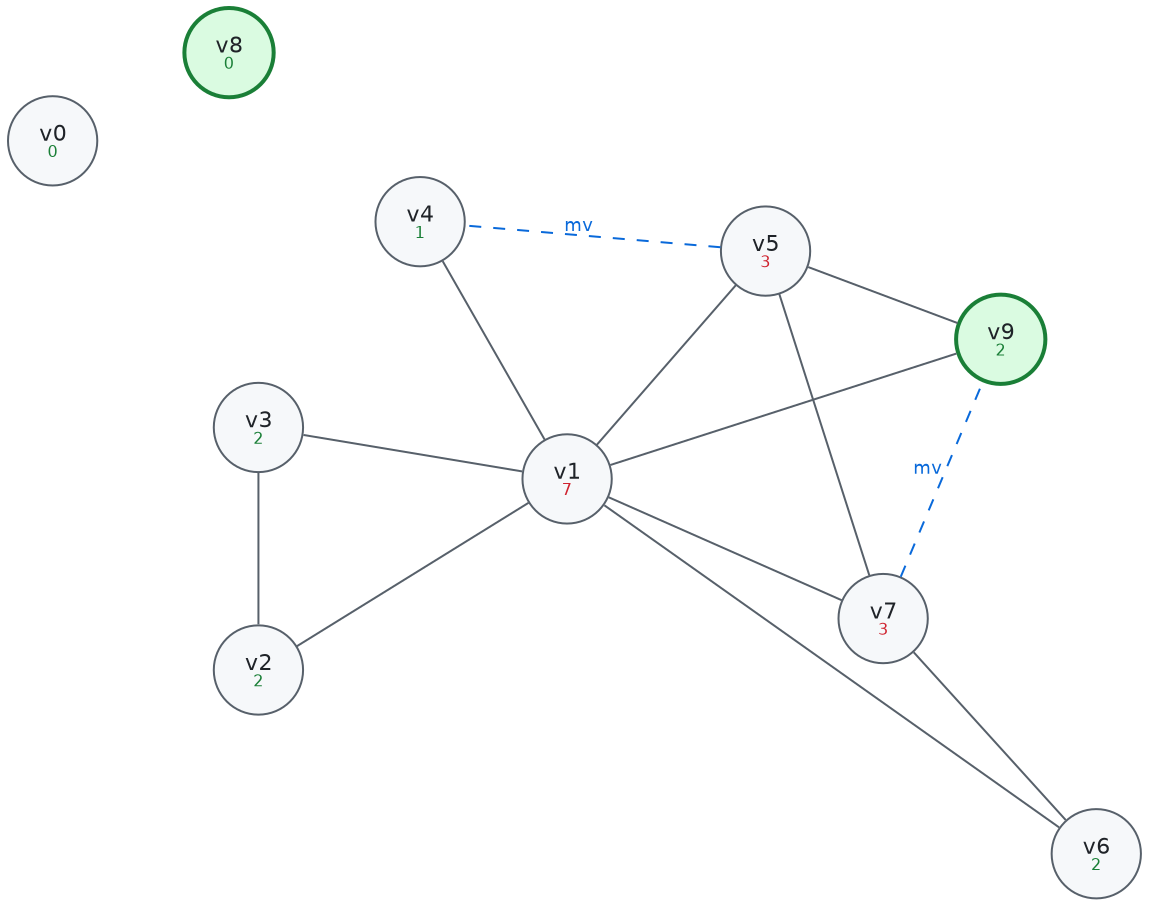
Earlier version of the Graphviz export Sable/compiler/doc/figures/wt-7-round2.png (aita/CompLab). Its source is kept beside it as Sable/compiler/doc/figures/wt-7-round2.dot. Its diagram source:
```dot
graph wt2 {
  layout = neato;
  overlap = false;
  splines = true;
  bgcolor = "transparent";
  node [shape = circle, style = filled, fillcolor = "#f6f8fa",
        color = "#57606a", fontcolor = "#1f2328",
        fontname = "Helvetica", fontsize = 11, width = 0.62, fixedsize = true];
  edge [color = "#57606a", dir = none, fontname = "Helvetica", fontsize = 9];
  v1 [label = <v1<BR/><FONT POINT-SIZE="8" COLOR="#cf222e">7</FONT>>, fillcolor = "#f6f8fa", color = "#57606a" pos = "0,0!"];
  v2 [label = <v2<BR/><FONT POINT-SIZE="8" COLOR="#1a7f37">2</FONT>>, fillcolor = "#f6f8fa", color = "#57606a" pos = "-2.1,-1.3!"];
  v3 [label = <v3<BR/><FONT POINT-SIZE="8" COLOR="#1a7f37">2</FONT>>, fillcolor = "#f6f8fa", color = "#57606a" pos = "-2.1,0.35!"];
  v4 [label = <v4<BR/><FONT POINT-SIZE="8" COLOR="#1a7f37">1</FONT>>, fillcolor = "#f6f8fa", color = "#57606a" pos = "-1,1.75!"];
  v5 [label = <v5<BR/><FONT POINT-SIZE="8" COLOR="#cf222e">3</FONT>>, fillcolor = "#f6f8fa", color = "#57606a" pos = "1.35,1.55!"];
  v9 [label = <v9<BR/><FONT POINT-SIZE="8" COLOR="#1a7f37">2</FONT>>, fillcolor = "#dafbe1", color = "#1a7f37", penwidth = 2 pos = "2.95,0.95!"];
  v7 [label = <v7<BR/><FONT POINT-SIZE="8" COLOR="#cf222e">3</FONT>>, fillcolor = "#f6f8fa", color = "#57606a" pos = "2.15,-0.95!"];
  v6 [label = <v6<BR/><FONT POINT-SIZE="8" COLOR="#1a7f37">2</FONT>>, fillcolor = "#f6f8fa", color = "#57606a" pos = "3.6,-2.55!"];
  v0 [label = <v0<BR/><FONT POINT-SIZE="8" COLOR="#1a7f37">0</FONT>>, fillcolor = "#f6f8fa", color = "#57606a" pos = "-3.5,2.3!"];
  v8 [label = <v8<BR/><FONT POINT-SIZE="8" COLOR="#1a7f37">0</FONT>>, fillcolor = "#dafbe1", color = "#1a7f37", penwidth = 2 pos = "-2.3,2.9!"];
  v1 -- v2;
  v1 -- v3;
  v1 -- v4;
  v1 -- v5;
  v1 -- v6;
  v1 -- v7;
  v1 -- v9;
  v2 -- v3;
  v5 -- v7;
  v5 -- v9;
  v6 -- v7;
  v7 -- v9 [style = dashed, color = "#0969da", label = "mv", fontcolor = "#0969da"];
  v5 -- v4 [style = dashed, color = "#0969da", label = "mv", fontcolor = "#0969da"];
}
```
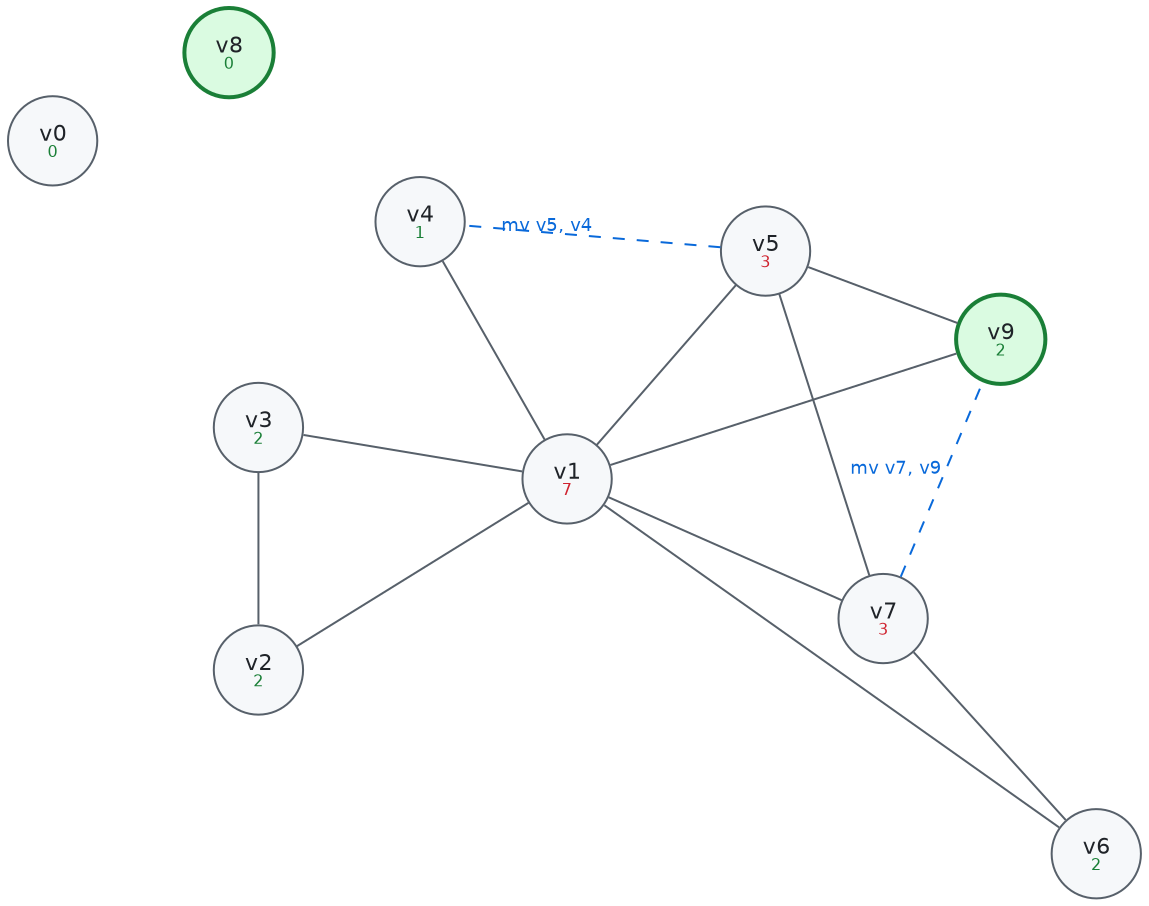
Above is the later version.

Change to the diagram source:
```diff
@@ -28,6 +28,6 @@
   v5 -- v7;
   v5 -- v9;
   v6 -- v7;
-  v7 -- v9 [style = dashed, color = "#0969da", label = "mv", fontcolor = "#0969da"];
-  v5 -- v4 [style = dashed, color = "#0969da", label = "mv", fontcolor = "#0969da"];
+  v7 -- v9 [style = dashed, color = "#0969da", label = "mv v7, v9", fontcolor = "#0969da"];
+  v5 -- v4 [style = dashed, color = "#0969da", label = "mv v5, v4", fontcolor = "#0969da"];
 }
```
